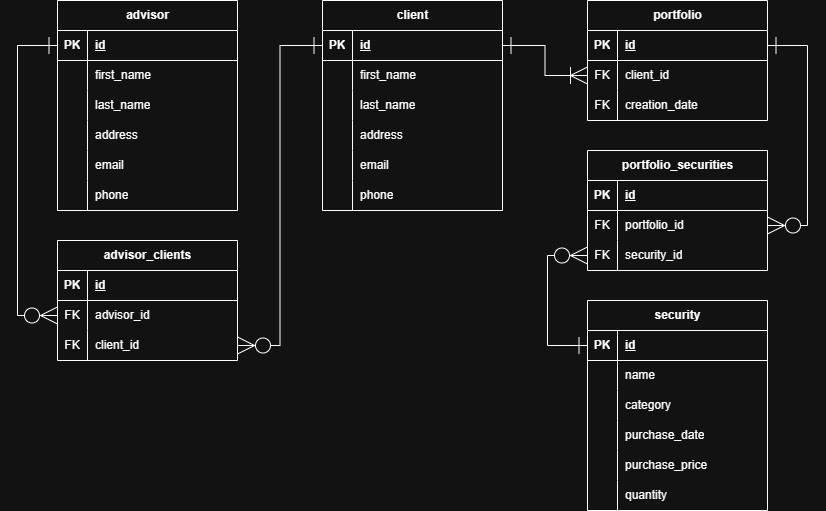
Earlier version of the draw.io export WellsFargo_Database_UML.png (Cens-r/forage-wells-fargo). Source tidied: cells renumbered, new cells last; positions are measured from the earlier drawing's top-left corner, leaving out a move shared by most shapes.
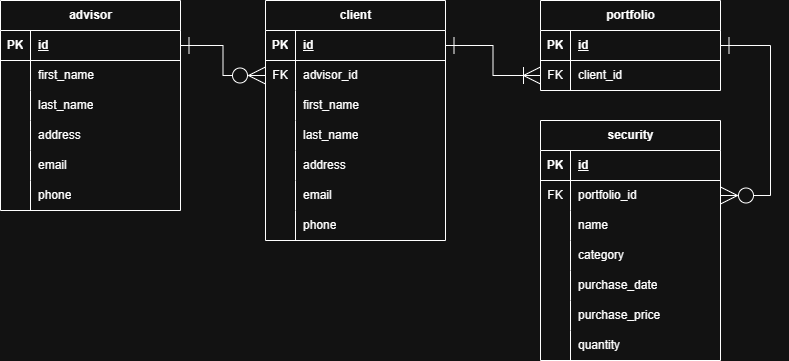
Above is the later version.

Commit message:
Task 2: Create JPA entities to match ERD

The edit, as a diff of the source:
```diff
@@ -3,7 +3,7 @@
     <mxCell id="0" />
     <mxCell id="1" parent="0" />
     <mxCell id="2" value="advisor" style="shape=table;startSize=30;rowLines=0;fontStyle=1;align=center;html=1;" parent="1" vertex="1">
-      <mxGeometry x="40" width="180" height="210" as="geometry" />
+      <mxGeometry x="40" y="-10" width="180" height="210" as="geometry" />
     </mxCell>
     <mxCell id="3" style="shape=tableRow;horizontal=0;startSize=0;swimlaneHead=0;swimlaneBody=0;fillColor=none;points=[[0,0.5],[1,0.5]];portConstraint=eastwest;top=0;left=0;right=0;bottom=1;" parent="2" vertex="1">
       <mxGeometry y="30" width="180" height="30" as="geometry" />
@@ -60,7 +60,7 @@
       <mxGeometry x="30" width="150" height="30" as="geometry" />
     </mxCell>
     <mxCell id="21" value="portfolio" style="shape=table;startSize=30;rowLines=0;fontStyle=1;align=center;html=1;" parent="1" vertex="1">
-      <mxGeometry x="570" width="180" height="120" as="geometry" />
+      <mxGeometry x="580" y="-10" width="180" height="90" as="geometry" />
     </mxCell>
     <mxCell id="22" style="shape=tableRow;horizontal=0;startSize=0;swimlaneHead=0;swimlaneBody=0;fillColor=none;points=[[0,0.5],[1,0.5]];portConstraint=eastwest;top=0;left=0;right=0;bottom=1;" parent="21" vertex="1">
       <mxGeometry y="30" width="180" height="30" as="geometry" />
@@ -80,17 +80,8 @@
     <mxCell id="27" value="client_id" style="shape=partialRectangle;fillColor=none;top=0;left=0;bottom=0;right=0;align=left;spacingLeft=6;overflow=hidden;whiteSpace=wrap;html=1;" parent="25" vertex="1">
       <mxGeometry x="30" width="150" height="30" as="geometry" />
     </mxCell>
-    <mxCell id="28" style="shape=tableRow;horizontal=0;startSize=0;swimlaneHead=0;swimlaneBody=0;fillColor=none;top=0;left=0;right=0;bottom=0;" parent="21" vertex="1">
-      <mxGeometry y="90" width="180" height="30" as="geometry" />
-    </mxCell>
-    <mxCell id="29" value="FK" style="shape=partialRectangle;fillColor=none;top=0;left=0;bottom=0;right=0;overflow=hidden;whiteSpace=wrap;html=1;" parent="28" vertex="1">
-      <mxGeometry width="30" height="30" as="geometry" />
-    </mxCell>
-    <mxCell id="30" value="creation_date" style="shape=partialRectangle;fillColor=none;top=0;left=0;bottom=0;right=0;align=left;spacingLeft=6;overflow=hidden;whiteSpace=wrap;html=1;" parent="28" vertex="1">
-      <mxGeometry x="30" width="150" height="30" as="geometry" />
-    </mxCell>
     <mxCell id="31" value="security" style="shape=table;startSize=30;rowLines=0;fontStyle=1;align=center;html=1;" parent="1" vertex="1">
-      <mxGeometry x="570" y="300" width="180" height="210" as="geometry" />
+      <mxGeometry x="580" y="110" width="180" height="240" as="geometry" />
     </mxCell>
     <mxCell id="32" style="shape=tableRow;horizontal=0;startSize=0;swimlaneHead=0;swimlaneBody=0;fillColor=none;points=[[0,0.5],[1,0.5]];portConstraint=eastwest;top=0;left=0;right=0;bottom=1;" parent="31" vertex="1">
       <mxGeometry y="30" width="180" height="30" as="geometry" />
@@ -101,8 +92,17 @@
     <mxCell id="34" value="id" style="shape=partialRectangle;fillColor=none;top=0;left=0;bottom=0;right=0;align=left;spacingLeft=6;fontStyle=5;overflow=hidden;whiteSpace=wrap;html=1;" parent="32" vertex="1">
       <mxGeometry x="30" width="150" height="30" as="geometry" />
     </mxCell>
+    <mxCell id="94" style="shape=tableRow;horizontal=0;startSize=0;swimlaneHead=0;swimlaneBody=0;fillColor=none;points=[[0,0.5],[1,0.5]];portConstraint=eastwest;top=0;left=0;right=0;bottom=0;" parent="31" vertex="1">
+      <mxGeometry y="60" width="180" height="30" as="geometry" />
+    </mxCell>
+    <mxCell id="95" value="FK" style="shape=partialRectangle;fillColor=none;top=0;left=0;bottom=0;right=0;overflow=hidden;whiteSpace=wrap;html=1;" parent="94" vertex="1">
+      <mxGeometry width="30" height="30" as="geometry" />
+    </mxCell>
+    <mxCell id="66" value="portfolio_id" style="shape=partialRectangle;fillColor=none;top=0;left=0;bottom=0;right=0;align=left;spacingLeft=6;overflow=hidden;whiteSpace=wrap;html=1;" parent="94" vertex="1">
+      <mxGeometry x="30" width="150" height="30" as="geometry" />
+    </mxCell>
     <mxCell id="35" style="shape=tableRow;horizontal=0;startSize=0;swimlaneHead=0;swimlaneBody=0;fillColor=none;top=0;left=0;right=0;bottom=0;" parent="31" vertex="1">
-      <mxGeometry y="60" width="180" height="30" as="geometry" />
+      <mxGeometry y="90" width="180" height="30" as="geometry" />
     </mxCell>
     <mxCell id="36" style="shape=partialRectangle;fillColor=none;top=0;left=0;bottom=0;right=0;overflow=hidden;whiteSpace=wrap;html=1;" parent="35" vertex="1">
       <mxGeometry width="30" height="30" as="geometry" />
@@ -111,7 +111,7 @@
       <mxGeometry x="30" width="150" height="30" as="geometry" />
     </mxCell>
     <mxCell id="38" style="shape=tableRow;horizontal=0;startSize=0;swimlaneHead=0;swimlaneBody=0;fillColor=none;top=0;left=0;right=0;bottom=0;" parent="31" vertex="1">
-      <mxGeometry y="90" width="180" height="30" as="geometry" />
+      <mxGeometry y="120" width="180" height="30" as="geometry" />
     </mxCell>
     <mxCell id="39" style="shape=partialRectangle;fillColor=none;top=0;left=0;bottom=0;right=0;overflow=hidden;whiteSpace=wrap;html=1;" parent="38" vertex="1">
       <mxGeometry width="30" height="30" as="geometry" />
@@ -120,7 +120,7 @@
       <mxGeometry x="30" width="150" height="30" as="geometry" />
     </mxCell>
     <mxCell id="41" style="shape=tableRow;horizontal=0;startSize=0;swimlaneHead=0;swimlaneBody=0;fillColor=none;top=0;left=0;right=0;bottom=0;" parent="31" vertex="1">
-      <mxGeometry y="120" width="180" height="30" as="geometry" />
+      <mxGeometry y="150" width="180" height="30" as="geometry" />
     </mxCell>
     <mxCell id="42" style="shape=partialRectangle;fillColor=none;top=0;left=0;bottom=0;right=0;overflow=hidden;whiteSpace=wrap;html=1;" parent="41" vertex="1">
       <mxGeometry width="30" height="30" as="geometry" />
@@ -129,7 +129,7 @@
       <mxGeometry x="30" width="150" height="30" as="geometry" />
     </mxCell>
     <mxCell id="44" style="shape=tableRow;horizontal=0;startSize=0;swimlaneHead=0;swimlaneBody=0;fillColor=none;top=0;left=0;right=0;bottom=0;" parent="31" vertex="1">
-      <mxGeometry y="150" width="180" height="30" as="geometry" />
+      <mxGeometry y="180" width="180" height="30" as="geometry" />
     </mxCell>
     <mxCell id="45" style="shape=partialRectangle;fillColor=none;top=0;left=0;bottom=0;right=0;overflow=hidden;whiteSpace=wrap;html=1;" parent="44" vertex="1">
       <mxGeometry width="30" height="30" as="geometry" />
@@ -138,7 +138,7 @@
       <mxGeometry x="30" width="150" height="30" as="geometry" />
     </mxCell>
     <mxCell id="47" style="shape=tableRow;horizontal=0;startSize=0;swimlaneHead=0;swimlaneBody=0;fillColor=none;top=0;left=0;right=0;bottom=0;" parent="31" vertex="1">
-      <mxGeometry y="180" width="180" height="30" as="geometry" />
+      <mxGeometry y="210" width="180" height="30" as="geometry" />
     </mxCell>
     <mxCell id="48" style="shape=partialRectangle;fillColor=none;top=0;left=0;bottom=0;right=0;overflow=hidden;whiteSpace=wrap;html=1;" parent="47" vertex="1">
       <mxGeometry width="30" height="30" as="geometry" />
@@ -146,68 +146,8 @@
     <mxCell id="49" value="quantity" style="shape=partialRectangle;fillColor=none;top=0;left=0;bottom=0;right=0;align=left;spacingLeft=6;overflow=hidden;whiteSpace=wrap;html=1;" parent="47" vertex="1">
       <mxGeometry x="30" width="150" height="30" as="geometry" />
     </mxCell>
-    <mxCell id="50" value="advisor_clients" style="shape=table;startSize=30;rowLines=0;fontStyle=1;align=center;html=1;" parent="1" vertex="1">
-      <mxGeometry x="40" y="240" width="180" height="120" as="geometry" />
-    </mxCell>
-    <mxCell id="51" style="shape=tableRow;horizontal=0;startSize=0;swimlaneHead=0;swimlaneBody=0;fillColor=none;top=0;left=0;right=0;bottom=1;" parent="50" vertex="1">
-      <mxGeometry y="30" width="180" height="30" as="geometry" />
-    </mxCell>
-    <mxCell id="52" value="PK" style="shape=partialRectangle;fillColor=none;top=0;left=0;bottom=0;right=0;fontStyle=1;overflow=hidden;whiteSpace=wrap;html=1;" parent="51" vertex="1">
-      <mxGeometry width="30" height="30" as="geometry" />
-    </mxCell>
-    <mxCell id="53" value="id" style="shape=partialRectangle;fillColor=none;top=0;left=0;bottom=0;right=0;align=left;spacingLeft=6;fontStyle=5;overflow=hidden;whiteSpace=wrap;html=1;" parent="51" vertex="1">
-      <mxGeometry x="30" width="150" height="30" as="geometry" />
-    </mxCell>
-    <mxCell id="54" style="shape=tableRow;horizontal=0;startSize=0;swimlaneHead=0;swimlaneBody=0;fillColor=none;points=[[0,0.5],[1,0.5]];portConstraint=eastwest;top=0;left=0;right=0;bottom=0;" parent="50" vertex="1">
-      <mxGeometry y="60" width="180" height="30" as="geometry" />
-    </mxCell>
-    <mxCell id="55" value="FK" style="shape=partialRectangle;fillColor=none;top=0;left=0;bottom=0;right=0;overflow=hidden;whiteSpace=wrap;html=1;" parent="54" vertex="1">
-      <mxGeometry width="30" height="30" as="geometry" />
-    </mxCell>
-    <mxCell id="56" value="advisor_id" style="shape=partialRectangle;fillColor=none;top=0;left=0;bottom=0;right=0;align=left;spacingLeft=6;overflow=hidden;whiteSpace=wrap;html=1;" parent="54" vertex="1">
-      <mxGeometry x="30" width="150" height="30" as="geometry" />
-    </mxCell>
-    <mxCell id="57" style="shape=tableRow;horizontal=0;startSize=0;swimlaneHead=0;swimlaneBody=0;fillColor=none;points=[[0,0.5],[1,0.5]];portConstraint=eastwest;top=0;left=0;right=0;bottom=0;" parent="50" vertex="1">
-      <mxGeometry y="90" width="180" height="30" as="geometry" />
-    </mxCell>
-    <mxCell id="58" value="FK" style="shape=partialRectangle;fillColor=none;top=0;left=0;bottom=0;right=0;overflow=hidden;whiteSpace=wrap;html=1;" parent="57" vertex="1">
-      <mxGeometry width="30" height="30" as="geometry" />
-    </mxCell>
-    <mxCell id="59" value="client_id" style="shape=partialRectangle;fillColor=none;top=0;left=0;bottom=0;right=0;align=left;spacingLeft=6;overflow=hidden;whiteSpace=wrap;html=1;" parent="57" vertex="1">
-      <mxGeometry x="30" width="150" height="30" as="geometry" />
-    </mxCell>
-    <mxCell id="60" value="portfolio_securities" style="shape=table;startSize=30;rowLines=0;fontStyle=1;align=center;html=1;" parent="1" vertex="1">
-      <mxGeometry x="570" y="150" width="180" height="120" as="geometry" />
-    </mxCell>
-    <mxCell id="61" style="shape=tableRow;horizontal=0;startSize=0;swimlaneHead=0;swimlaneBody=0;fillColor=none;top=0;left=0;right=0;bottom=1;" parent="60" vertex="1">
-      <mxGeometry y="30" width="180" height="30" as="geometry" />
-    </mxCell>
-    <mxCell id="62" value="PK" style="shape=partialRectangle;fillColor=none;top=0;left=0;bottom=0;right=0;fontStyle=1;overflow=hidden;whiteSpace=wrap;html=1;" parent="61" vertex="1">
-      <mxGeometry width="30" height="30" as="geometry" />
-    </mxCell>
-    <mxCell id="63" value="id" style="shape=partialRectangle;fillColor=none;top=0;left=0;bottom=0;right=0;align=left;spacingLeft=6;fontStyle=5;overflow=hidden;whiteSpace=wrap;html=1;" parent="61" vertex="1">
-      <mxGeometry x="30" width="150" height="30" as="geometry" />
-    </mxCell>
-    <mxCell id="64" style="shape=tableRow;horizontal=0;startSize=0;swimlaneHead=0;swimlaneBody=0;fillColor=none;points=[[0,0.5],[1,0.5]];portConstraint=eastwest;top=0;left=0;right=0;bottom=0;" parent="60" vertex="1">
-      <mxGeometry y="60" width="180" height="30" as="geometry" />
-    </mxCell>
-    <mxCell id="65" value="FK" style="shape=partialRectangle;fillColor=none;top=0;left=0;bottom=0;right=0;overflow=hidden;whiteSpace=wrap;html=1;" parent="64" vertex="1">
-      <mxGeometry width="30" height="30" as="geometry" />
-    </mxCell>
-    <mxCell id="66" value="portfolio_id" style="shape=partialRectangle;fillColor=none;top=0;left=0;bottom=0;right=0;align=left;spacingLeft=6;overflow=hidden;whiteSpace=wrap;html=1;" parent="64" vertex="1">
-      <mxGeometry x="30" width="150" height="30" as="geometry" />
-    </mxCell>
-    <mxCell id="67" style="shape=tableRow;horizontal=0;startSize=0;swimlaneHead=0;swimlaneBody=0;fillColor=none;points=[[0,0.5],[1,0.5]];portConstraint=eastwest;top=0;left=0;right=0;bottom=0;" parent="60" vertex="1">
-      <mxGeometry y="90" width="180" height="30" as="geometry" />
-    </mxCell>
-    <mxCell id="68" value="FK" style="shape=partialRectangle;fillColor=none;top=0;left=0;bottom=0;right=0;overflow=hidden;whiteSpace=wrap;html=1;" parent="67" vertex="1">
-      <mxGeometry width="30" height="30" as="geometry" />
-    </mxCell>
-    <mxCell id="69" value="security_id" style="shape=partialRectangle;fillColor=none;top=0;left=0;bottom=0;right=0;align=left;spacingLeft=6;overflow=hidden;whiteSpace=wrap;html=1;" parent="67" vertex="1">
-      <mxGeometry x="30" width="150" height="30" as="geometry" />
-    </mxCell>
     <mxCell id="70" value="client" style="shape=table;startSize=30;rowLines=0;fontStyle=1;align=center;html=1;" parent="1" vertex="1">
-      <mxGeometry x="305" width="180" height="210" as="geometry" />
+      <mxGeometry x="305" y="-10" width="180" height="240" as="geometry" />
     </mxCell>
     <mxCell id="71" style="shape=tableRow;horizontal=0;startSize=0;swimlaneHead=0;swimlaneBody=0;fillColor=none;points=[[0,0.5],[1,0.5]];portConstraint=eastwest;top=0;left=0;right=0;bottom=1;" parent="70" vertex="1">
       <mxGeometry y="30" width="180" height="30" as="geometry" />
@@ -218,8 +158,17 @@
     <mxCell id="73" value="id" style="shape=partialRectangle;fillColor=none;top=0;left=0;bottom=0;right=0;align=left;spacingLeft=6;fontStyle=5;overflow=hidden;whiteSpace=wrap;html=1;" parent="71" vertex="1">
       <mxGeometry x="30" width="150" height="30" as="geometry" />
     </mxCell>
+    <mxCell id="96" style="shape=tableRow;horizontal=0;startSize=0;swimlaneHead=0;swimlaneBody=0;fillColor=none;points=[[0,0.5],[1,0.5]];portConstraint=eastwest;top=0;left=0;right=0;bottom=0;" parent="70" vertex="1">
+      <mxGeometry y="60" width="180" height="30" as="geometry" />
+    </mxCell>
+    <mxCell id="97" value="FK" style="shape=partialRectangle;fillColor=none;top=0;left=0;bottom=0;right=0;overflow=hidden;whiteSpace=wrap;html=1;" parent="96" vertex="1">
+      <mxGeometry width="30" height="30" as="geometry" />
+    </mxCell>
+    <mxCell id="56" value="advisor_id" style="shape=partialRectangle;fillColor=none;top=0;left=0;bottom=0;right=0;align=left;spacingLeft=6;overflow=hidden;whiteSpace=wrap;html=1;" parent="96" vertex="1">
+      <mxGeometry x="30" width="150" height="30" as="geometry" />
+    </mxCell>
     <mxCell id="74" style="shape=tableRow;horizontal=0;startSize=0;swimlaneHead=0;swimlaneBody=0;fillColor=none;top=0;left=0;right=0;bottom=0;" parent="70" vertex="1">
-      <mxGeometry y="60" width="180" height="30" as="geometry" />
+      <mxGeometry y="90" width="180" height="30" as="geometry" />
     </mxCell>
     <mxCell id="75" style="shape=partialRectangle;fillColor=none;top=0;left=0;bottom=0;right=0;overflow=hidden;whiteSpace=wrap;html=1;" parent="74" vertex="1">
       <mxGeometry width="30" height="30" as="geometry" />
@@ -228,7 +177,7 @@
       <mxGeometry x="30" width="150" height="30" as="geometry" />
     </mxCell>
     <mxCell id="77" style="shape=tableRow;horizontal=0;startSize=0;swimlaneHead=0;swimlaneBody=0;fillColor=none;top=0;left=0;right=0;bottom=0;" parent="70" vertex="1">
-      <mxGeometry y="90" width="180" height="30" as="geometry" />
+      <mxGeometry y="120" width="180" height="30" as="geometry" />
     </mxCell>
     <mxCell id="78" style="shape=partialRectangle;fillColor=none;top=0;left=0;bottom=0;right=0;overflow=hidden;whiteSpace=wrap;html=1;" parent="77" vertex="1">
       <mxGeometry width="30" height="30" as="geometry" />
@@ -237,7 +186,7 @@
       <mxGeometry x="30" width="150" height="30" as="geometry" />
     </mxCell>
     <mxCell id="80" style="shape=tableRow;horizontal=0;startSize=0;swimlaneHead=0;swimlaneBody=0;fillColor=none;top=0;left=0;right=0;bottom=0;" parent="70" vertex="1">
-      <mxGeometry y="120" width="180" height="30" as="geometry" />
+      <mxGeometry y="150" width="180" height="30" as="geometry" />
     </mxCell>
     <mxCell id="81" style="shape=partialRectangle;fillColor=none;top=0;left=0;bottom=0;right=0;overflow=hidden;whiteSpace=wrap;html=1;" parent="80" vertex="1">
       <mxGeometry width="30" height="30" as="geometry" />
@@ -246,7 +195,7 @@
       <mxGeometry x="30" width="150" height="30" as="geometry" />
     </mxCell>
     <mxCell id="83" style="shape=tableRow;horizontal=0;startSize=0;swimlaneHead=0;swimlaneBody=0;fillColor=none;top=0;left=0;right=0;bottom=0;" parent="70" vertex="1">
-      <mxGeometry y="150" width="180" height="30" as="geometry" />
+      <mxGeometry y="180" width="180" height="30" as="geometry" />
     </mxCell>
     <mxCell id="84" style="shape=partialRectangle;fillColor=none;top=0;left=0;bottom=0;right=0;overflow=hidden;whiteSpace=wrap;html=1;" parent="83" vertex="1">
       <mxGeometry width="30" height="30" as="geometry" />
@@ -255,7 +204,7 @@
       <mxGeometry x="30" width="150" height="30" as="geometry" />
     </mxCell>
     <mxCell id="86" style="shape=tableRow;horizontal=0;startSize=0;swimlaneHead=0;swimlaneBody=0;fillColor=none;top=0;left=0;right=0;bottom=0;" parent="70" vertex="1">
-      <mxGeometry y="180" width="180" height="30" as="geometry" />
+      <mxGeometry y="210" width="180" height="30" as="geometry" />
     </mxCell>
     <mxCell id="87" style="shape=partialRectangle;fillColor=none;top=0;left=0;bottom=0;right=0;overflow=hidden;whiteSpace=wrap;html=1;" parent="86" vertex="1">
       <mxGeometry width="30" height="30" as="geometry" />
@@ -263,35 +212,19 @@
     <mxCell id="88" value="phone" style="shape=partialRectangle;fillColor=none;top=0;left=0;bottom=0;right=0;align=left;spacingLeft=6;overflow=hidden;whiteSpace=wrap;html=1;" parent="86" vertex="1">
       <mxGeometry x="30" width="150" height="30" as="geometry" />
     </mxCell>
-    <mxCell id="89" style="edgeStyle=orthogonalEdgeStyle;rounded=0;jettySize=auto;html=1;entryX=0;entryY=0.5;entryDx=0;entryDy=0;endSize=15;startSize=15;endArrow=ERzeroToMany;startFill=0;endFill=0;startArrow=ERone;" parent="1" edge="1" source="3" target="54">
-      <mxGeometry relative="1" as="geometry">
-        <Array as="points">
-          <mxPoint y="45" />
-          <mxPoint y="315" />
-        </Array>
-      </mxGeometry>
-    </mxCell>
-    <mxCell id="90" style="edgeStyle=orthogonalEdgeStyle;rounded=0;jettySize=auto;html=1;entryX=1;entryY=0.5;entryDx=0;entryDy=0;endSize=15;startSize=15;endArrow=ERzeroToMany;startFill=0;endFill=0;startArrow=ERone;" parent="1" edge="1" source="71" target="57">
-      <mxGeometry relative="1" as="geometry" />
-    </mxCell>
-    <mxCell id="91" style="edgeStyle=orthogonalEdgeStyle;rounded=0;jettySize=auto;html=1;entryX=1;entryY=0.5;entryDx=0;entryDy=0;exitX=1;exitY=0.5;exitDx=0;exitDy=0;endSize=15;startSize=15;endArrow=ERzeroToMany;startFill=0;endFill=0;startArrow=ERone;" parent="1" edge="1" source="22" target="64">
-      <mxGeometry relative="1" as="geometry">
-        <Array as="points">
-          <mxPoint x="790" y="45" />
-          <mxPoint x="790" y="225" />
-        </Array>
-      </mxGeometry>
-    </mxCell>
-    <mxCell id="92" style="edgeStyle=orthogonalEdgeStyle;rounded=0;jettySize=auto;html=1;entryX=0;entryY=0.5;entryDx=0;entryDy=0;exitX=0;exitY=0.5;exitDx=0;exitDy=0;endSize=15;startSize=15;endArrow=ERzeroToMany;startFill=0;endFill=0;startArrow=ERone;" parent="1" edge="1" source="32" target="67">
-      <mxGeometry relative="1" as="geometry">
-        <Array as="points">
-          <mxPoint x="530" y="345" />
-          <mxPoint x="530" y="255" />
-        </Array>
-      </mxGeometry>
-    </mxCell>
     <mxCell id="93" style="edgeStyle=orthogonalEdgeStyle;rounded=0;jettySize=auto;html=1;entryX=0;entryY=0.5;entryDx=0;entryDy=0;endSize=15;startSize=15;endArrow=ERoneToMany;startFill=0;endFill=0;startArrow=ERone;" parent="1" edge="1" source="71" target="25">
       <mxGeometry relative="1" as="geometry" />
     </mxCell>
+    <mxCell id="98" style="edgeStyle=orthogonalEdgeStyle;rounded=0;hachureGap=4;jettySize=auto;html=1;entryX=1;entryY=0.5;entryDx=0;entryDy=0;fontFamily=Architects Daughter;fontSource=https%3A%2F%2Ffonts.googleapis.com%2Fcss%3Ffamily%3DArchitects%2BDaughter;exitX=1;exitY=0.5;exitDx=0;exitDy=0;endSize=15;startSize=15;startArrow=ERone;startFill=0;endArrow=ERzeroToMany;endFill=0;" parent="1" edge="1" source="22" target="94">
+      <mxGeometry relative="1" as="geometry">
+        <Array as="points">
+          <mxPoint x="810" y="35" />
+          <mxPoint x="810" y="185" />
+        </Array>
+      </mxGeometry>
+    </mxCell>
+    <mxCell id="99" style="edgeStyle=orthogonalEdgeStyle;rounded=0;hachureGap=4;jettySize=auto;html=1;entryX=0;entryY=0.5;entryDx=0;entryDy=0;fontFamily=Architects Daughter;fontSource=https%3A%2F%2Ffonts.googleapis.com%2Fcss%3Ffamily%3DArchitects%2BDaughter;endSize=15;startSize=15;startArrow=ERone;startFill=0;endArrow=ERzeroToMany;endFill=0;" parent="1" edge="1" source="3" target="96">
+      <mxGeometry relative="1" as="geometry" />
+    </mxCell>
   </root>
 </mxGraphModel>
```
